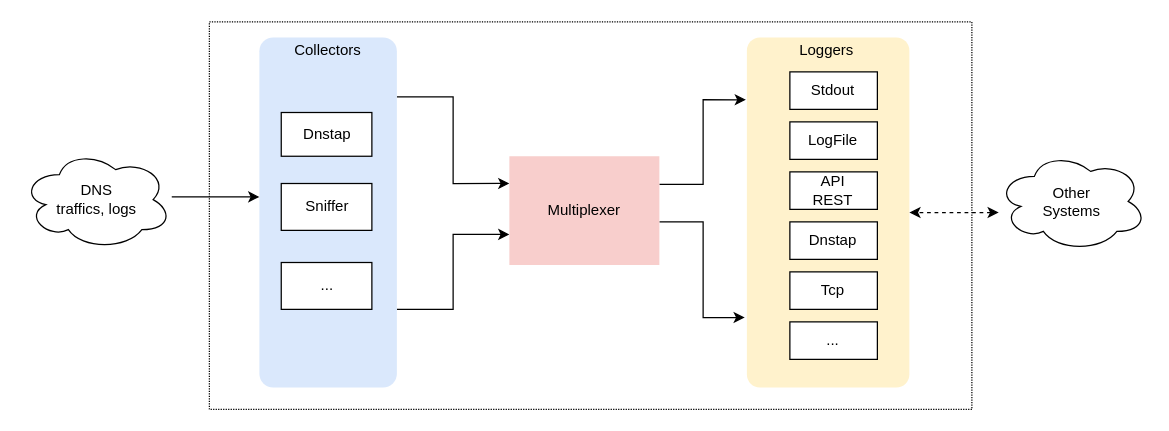
The draw.io diagram doc/overview.drawio in dmachard/go-dnscollector, before the edit. Source tidied: cells renumbered, new cells numbered last; positions are measured from the earlier drawing's top-left corner, leaving out a move shared by most shapes. Both pictures are drawn from the tidied source at 125%, with x=0, y=0 at pixel (21, 21).
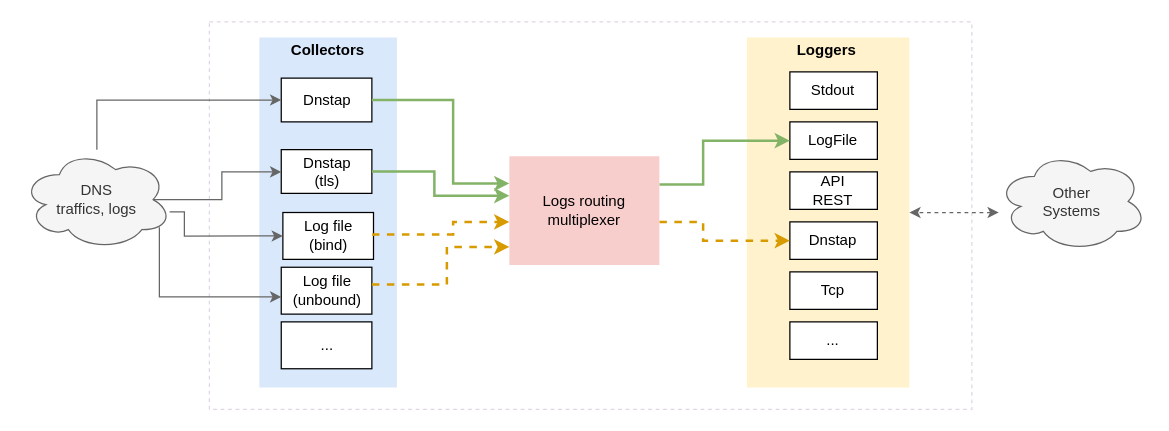
The same page after the edit.

The change refers to these unchanged cells:
```xml
<mxCell id="11" value="LogFile" style="rounded=0;whiteSpace=wrap;html=1;" parent="1" vertex="1">
  <mxGeometry x="614.4" y="80" width="70" height="30" as="geometry" />
</mxCell>
<mxCell id="13" value="Dnstap" style="rounded=0;whiteSpace=wrap;html=1;" parent="1" vertex="1">
  <mxGeometry x="614.4" y="160" width="70" height="30" as="geometry" />
</mxCell>
```

Diff of the diagram source:
```diff
@@
-    <mxCell id="2" style="rounded=0;whiteSpace=wrap;html=1;dashed=1;dashPattern=1 1;" parent="1" vertex="1">
+    <mxCell id="2" style="rounded=0;whiteSpace=wrap;html=1;dashed=1;strokeColor=#E1D5E7;" parent="1" vertex="1">
       <mxGeometry x="150" width="610" height="310" as="geometry" />
     </mxCell>
-    <mxCell id="3" style="edgeStyle=orthogonalEdgeStyle;rounded=0;jettySize=auto;html=1;entryX=0;entryY=0.25;entryDx=0;entryDy=0;" parent="1" edge="1" source="5" target="24">
-      <mxGeometry relative="1" as="geometry">
-        <Array as="points">
-          <mxPoint x="345" y="60" />
-          <mxPoint x="345" y="129" />
-        </Array>
-      </mxGeometry>
-    </mxCell>
-    <mxCell id="4" style="edgeStyle=orthogonalEdgeStyle;rounded=0;jettySize=auto;html=1;" parent="1" edge="1" source="5" target="24">
-      <mxGeometry relative="1" as="geometry">
-        <Array as="points">
-          <mxPoint x="345" y="230" />
-          <mxPoint x="345" y="170" />
-        </Array>
-      </mxGeometry>
-    </mxCell>
-    <mxCell id="5" style="rounded=1;whiteSpace=wrap;html=1;fillColor=#dae8fc;strokeColor=none;arcSize=10;" parent="1" vertex="1">
+    <mxCell id="5" style="rounded=1;whiteSpace=wrap;html=1;fillColor=#dae8fc;strokeColor=none;arcSize=0;" parent="1" vertex="1">
       <mxGeometry x="190" y="12.5" width="110" height="280" as="geometry" />
     </mxCell>
-    <mxCell id="6" value="Collectors" style="text;html=1;strokeColor=none;fillColor=none;align=center;verticalAlign=middle;whiteSpace=wrap;rounded=0;" parent="1" vertex="1">
+    <mxCell id="6" value="&lt;b&gt;Collectors&lt;/b&gt;" style="text;html=1;strokeColor=none;fillColor=none;align=center;verticalAlign=middle;whiteSpace=wrap;rounded=0;" parent="1" vertex="1">
       <mxGeometry x="225" y="12.5" width="40" height="20" as="geometry" />
     </mxCell>
-    <mxCell id="7" style="rounded=1;whiteSpace=wrap;html=1;fillColor=#fff2cc;strokeColor=none;arcSize=8;" parent="1" vertex="1">
+    <mxCell id="7" style="rounded=1;whiteSpace=wrap;html=1;fillColor=#fff2cc;strokeColor=none;arcSize=0;" parent="1" vertex="1">
       <mxGeometry x="580" y="12.5" width="130" height="280" as="geometry" />
     </mxCell>
-    <mxCell id="8" value="Loggers" style="text;html=1;strokeColor=none;fillColor=none;align=center;verticalAlign=middle;whiteSpace=wrap;rounded=0;" parent="1" vertex="1">
+    <mxCell id="8" value="&lt;b&gt;Loggers&lt;/b&gt;" style="text;html=1;strokeColor=none;fillColor=none;align=center;verticalAlign=middle;whiteSpace=wrap;rounded=0;" parent="1" vertex="1">
       <mxGeometry x="623.8" y="12.5" width="40" height="20" as="geometry" />
     </mxCell>
     <mxCell id="9" value="Dnstap" style="rounded=0;whiteSpace=wrap;html=1;" parent="1" vertex="1">
-      <mxGeometry x="207.5" y="72.5" width="72.5" height="35" as="geometry" />
+      <mxGeometry x="207.5" y="45" width="72.5" height="35" as="geometry" />
     </mxCell>
@@
-    <mxCell id="14" style="edgeStyle=orthogonalEdgeStyle;rounded=0;jettySize=auto;html=1;" parent="1" edge="1" source="15" target="5">
+    <mxCell id="14" style="edgeStyle=orthogonalEdgeStyle;rounded=0;jettySize=auto;html=1;entryX=0;entryY=0.5;entryDx=0;entryDy=0;fillColor=#f5f5f5;strokeColor=#666666;" parent="1" edge="1" source="15" target="9">
       <mxGeometry relative="1" as="geometry">
         <Array as="points">
-          <mxPoint x="140" y="140" />
-          <mxPoint x="140" y="140" />
+          <mxPoint x="60" y="63" />
         </Array>
       </mxGeometry>
     </mxCell>
-    <mxCell id="15" value="DNS&lt;br&gt;traffics, logs" style="ellipse;shape=cloud;whiteSpace=wrap;html=1;" parent="1" vertex="1">
+    <mxCell id="15" value="DNS&lt;br&gt;traffics, logs" style="ellipse;shape=cloud;whiteSpace=wrap;html=1;fillColor=#f5f5f5;fontColor=#333333;strokeColor=#666666;" parent="1" vertex="1">
       <mxGeometry y="102.2" width="120" height="80" as="geometry" />
     </mxCell>
-    <mxCell id="16" style="edgeStyle=orthogonalEdgeStyle;rounded=0;jettySize=auto;html=1;entryX=1;entryY=0.5;entryDx=0;entryDy=0;startArrow=classic;startFill=1;dashed=1;" parent="1" edge="1" source="17" target="7">
+    <mxCell id="16" style="edgeStyle=orthogonalEdgeStyle;rounded=0;jettySize=auto;html=1;entryX=1;entryY=0.5;entryDx=0;entryDy=0;startArrow=classic;startFill=1;dashed=1;fillColor=#f5f5f5;strokeColor=#666666;" parent="1" edge="1" source="17" target="7">
       <mxGeometry relative="1" as="geometry">
         <Array as="points">
           <mxPoint x="754" y="153" />
         </Array>
       </mxGeometry>
     </mxCell>
-    <mxCell id="17" value="Other&lt;br&gt;Systems" style="ellipse;shape=cloud;whiteSpace=wrap;html=1;" parent="1" vertex="1">
+    <mxCell id="17" value="Other&lt;br&gt;Systems" style="ellipse;shape=cloud;whiteSpace=wrap;html=1;fillColor=#f5f5f5;fontColor=#333333;strokeColor=#666666;" parent="1" vertex="1">
       <mxGeometry x="780" y="103.6" width="120" height="80" as="geometry" />
     </mxCell>
@@
-    <mxCell id="20" value="Sniffer" style="rounded=0;whiteSpace=wrap;html=1;" parent="1" vertex="1">
-      <mxGeometry x="207.5" y="129.3" width="72.5" height="37.5" as="geometry" />
+    <mxCell id="20" value="&lt;div&gt;Log file&lt;/div&gt;&lt;div&gt;(bind)&lt;br&gt;&lt;/div&gt;" style="rounded=0;whiteSpace=wrap;html=1;" parent="1" vertex="1">
+      <mxGeometry x="208.8" y="152.5" width="72.5" height="37.5" as="geometry" />
     </mxCell>
     <mxCell id="21" value="..." style="rounded=0;whiteSpace=wrap;html=1;" parent="1" vertex="1">
-      <mxGeometry x="207.5" y="192.5" width="72.5" height="37.5" as="geometry" />
+      <mxGeometry x="207.5" y="240" width="72.5" height="37.5" as="geometry" />
     </mxCell>
-    <mxCell id="22" style="edgeStyle=orthogonalEdgeStyle;rounded=0;jettySize=auto;html=1;entryX=-0.013;entryY=0.8;entryDx=0;entryDy=0;entryPerimeter=0;" parent="1" edge="1" source="24" target="7">
+    <mxCell id="22" style="edgeStyle=orthogonalEdgeStyle;rounded=0;jettySize=auto;html=1;fillColor=#ffe6cc;strokeColor=#d79b00;strokeWidth=2;dashed=1;" parent="1" edge="1" source="24" target="13">
       <mxGeometry relative="1" as="geometry">
         <Array as="points">
           <mxPoint x="545" y="160" />
-          <mxPoint x="545" y="237" />
+          <mxPoint x="545" y="175" />
         </Array>
       </mxGeometry>
     </mxCell>
-    <mxCell id="23" style="edgeStyle=orthogonalEdgeStyle;rounded=0;jettySize=auto;html=1;entryX=-0.006;entryY=0.178;entryDx=0;entryDy=0;entryPerimeter=0;" parent="1" edge="1" source="24" target="7">
+    <mxCell id="23" style="edgeStyle=orthogonalEdgeStyle;rounded=0;jettySize=auto;html=1;entryX=0;entryY=0.5;entryDx=0;entryDy=0;fillColor=#d5e8d4;strokeColor=#82b366;strokeWidth=2;" parent="1" edge="1" source="24" target="11">
       <mxGeometry relative="1" as="geometry">
         <Array as="points">
           <mxPoint x="545" y="130" />
-          <mxPoint x="545" y="62" />
+          <mxPoint x="545" y="95" />
         </Array>
       </mxGeometry>
     </mxCell>
-    <mxCell id="24" value="Multiplexer" style="rounded=0;whiteSpace=wrap;html=1;fillColor=#f8cecc;strokeColor=none;" parent="1" vertex="1">
+    <mxCell id="24" value="&lt;div&gt;Logs routing&lt;/div&gt;&lt;div&gt;multiplexer&lt;/div&gt;" style="rounded=0;whiteSpace=wrap;html=1;fillColor=#f8cecc;strokeColor=none;" parent="1" vertex="1">
       <mxGeometry x="390" y="107.5" width="120" height="87" as="geometry" />
     </mxCell>
+    <mxCell id="3" style="edgeStyle=orthogonalEdgeStyle;rounded=0;jettySize=auto;html=1;entryX=0;entryY=0.25;entryDx=0;entryDy=0;exitX=1;exitY=0.5;exitDx=0;exitDy=0;strokeWidth=2;fillColor=#d5e8d4;strokeColor=#82b366;" parent="1" edge="1" source="9" target="24">
+      <mxGeometry relative="1" as="geometry">
+        <Array as="points">
+          <mxPoint x="345" y="63" />
+          <mxPoint x="345" y="129" />
+        </Array>
+      </mxGeometry>
+    </mxCell>
+    <mxCell id="25" value="&lt;div&gt;Dnstap&lt;/div&gt;&lt;div&gt;(tls)&lt;br&gt;&lt;/div&gt;" style="rounded=0;whiteSpace=wrap;html=1;" parent="1" vertex="1">
+      <mxGeometry x="207.5" y="102.2" width="72.5" height="35" as="geometry" />
+    </mxCell>
+    <mxCell id="26" style="edgeStyle=orthogonalEdgeStyle;rounded=0;jettySize=auto;html=1;exitX=1;exitY=0.5;exitDx=0;exitDy=0;strokeWidth=2;fillColor=#d5e8d4;strokeColor=#82b366;" parent="1" edge="1" source="25">
+      <mxGeometry relative="1" as="geometry">
+        <mxPoint x="390" y="139" as="targetPoint" />
+        <Array as="points">
+          <mxPoint x="330" y="120" />
+          <mxPoint x="330" y="139" />
+        </Array>
+      </mxGeometry>
+    </mxCell>
+    <mxCell id="27" value="&lt;div&gt;Log file&lt;/div&gt;&lt;div&gt;(unbound)&lt;br&gt;&lt;/div&gt;" style="rounded=0;whiteSpace=wrap;html=1;" parent="1" vertex="1">
+      <mxGeometry x="207.5" y="196.3" width="72.5" height="37.5" as="geometry" />
+    </mxCell>
+    <mxCell id="4" style="edgeStyle=orthogonalEdgeStyle;rounded=0;jettySize=auto;html=1;exitX=1;exitY=0.5;exitDx=0;exitDy=0;fillColor=#ffe6cc;strokeColor=#d79b00;strokeWidth=2;dashed=1;" parent="1" edge="1" source="20" target="24">
+      <mxGeometry relative="1" as="geometry">
+        <Array as="points">
+          <mxPoint x="281" y="170" />
+          <mxPoint x="345" y="170" />
+          <mxPoint x="345" y="160" />
+        </Array>
+      </mxGeometry>
+    </mxCell>
+    <mxCell id="28" style="edgeStyle=orthogonalEdgeStyle;rounded=0;jettySize=auto;html=1;fillColor=#ffe6cc;strokeColor=#d79b00;strokeWidth=2;dashed=1;" parent="1" edge="1" source="27" target="24">
+      <mxGeometry relative="1" as="geometry">
+        <Array as="points">
+          <mxPoint x="340" y="210" />
+          <mxPoint x="340" y="180" />
+        </Array>
+      </mxGeometry>
+    </mxCell>
+    <mxCell id="29" style="edgeStyle=orthogonalEdgeStyle;rounded=0;jettySize=auto;html=1;exitX=0.875;exitY=0.5;exitDx=0;exitDy=0;exitPerimeter=0;fillColor=#f5f5f5;strokeColor=#666666;" parent="1" edge="1" source="15" target="25">
+      <mxGeometry relative="1" as="geometry">
+        <Array as="points">
+          <mxPoint x="160" y="142" />
+          <mxPoint x="160" y="120" />
+        </Array>
+      </mxGeometry>
+    </mxCell>
+    <mxCell id="30" style="edgeStyle=orthogonalEdgeStyle;rounded=0;jettySize=auto;html=1;entryX=0;entryY=0.5;entryDx=0;entryDy=0;fillColor=#f5f5f5;strokeColor=#666666;" parent="1" edge="1" source="15" target="20">
+      <mxGeometry relative="1" as="geometry">
+        <Array as="points">
+          <mxPoint x="130" y="152" />
+          <mxPoint x="130" y="171" />
+        </Array>
+      </mxGeometry>
+    </mxCell>
+    <mxCell id="31" style="edgeStyle=orthogonalEdgeStyle;rounded=0;jettySize=auto;html=1;fillColor=#f5f5f5;strokeColor=#666666;" parent="1" edge="1" source="15" target="27">
+      <mxGeometry relative="1" as="geometry">
+        <Array as="points">
+          <mxPoint x="110" y="220" />
+        </Array>
+      </mxGeometry>
+    </mxCell>
```
